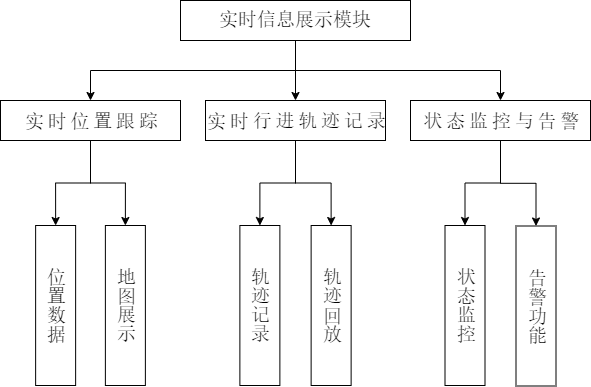
The draw.io diagram 4.实时信息展示模块.drawio.png in w1791105996/About-CSS3, before a commit. Source tidied: cells renumbered, new cells last; positions are measured from the earlier drawing's top-left corner, leaving out a move shared by most shapes.
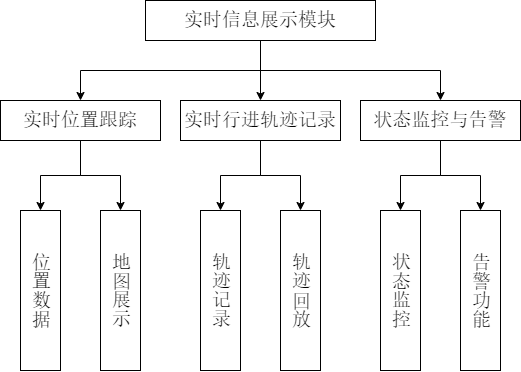
Above is the later version.

Commit message:
更新4.实时信息展示模块.drawio.png

Change to the diagram source:
```diff
@@ -12,7 +12,7 @@
       <mxGeometry relative="1" as="geometry" />
     </mxCell>
     <mxCell id="5" value="实时信息展示模块" style="rounded=0;whiteSpace=wrap;html=1;fontFamily=宋体;fontSize=19;" parent="1" vertex="1">
-      <mxGeometry x="180" width="230" height="40" as="geometry" />
+      <mxGeometry x="166" width="230" height="40" as="geometry" />
     </mxCell>
     <mxCell id="6" style="edgeStyle=orthogonalEdgeStyle;rounded=0;jettySize=auto;html=1;exitX=0.5;exitY=1;exitDx=0;exitDy=0;entryX=0.5;entryY=0;entryDx=0;entryDy=0;" parent="1" edge="1" source="8" target="15">
       <mxGeometry relative="1" as="geometry" />
@@ -20,8 +20,8 @@
     <mxCell id="7" style="edgeStyle=orthogonalEdgeStyle;rounded=0;jettySize=auto;html=1;exitX=0.5;exitY=1;exitDx=0;exitDy=0;entryX=0.5;entryY=0;entryDx=0;entryDy=0;" parent="1" edge="1" source="8" target="16">
       <mxGeometry relative="1" as="geometry" />
     </mxCell>
-    <mxCell id="8" value="实时位置跟踪" style="rounded=0;whiteSpace=wrap;html=1;textDirection=vertical-lr;horizontal=1;fontFamily=宋体;spacingTop=0;fontSize=19;" parent="1" vertex="1">
-      <mxGeometry y="100" width="180" height="40" as="geometry" />
+    <mxCell id="8" value="实时位置跟踪" style="rounded=0;whiteSpace=wrap;html=1;horizontal=1;fontFamily=宋体;spacingTop=0;fontSize=19;" parent="1" vertex="1">
+      <mxGeometry x="21" y="100" width="160" height="40" as="geometry" />
     </mxCell>
     <mxCell id="9" style="edgeStyle=orthogonalEdgeStyle;rounded=0;jettySize=auto;html=1;exitX=0.5;exitY=1;exitDx=0;exitDy=0;entryX=0.5;entryY=0;entryDx=0;entryDy=0;" parent="1" edge="1" source="11" target="17">
       <mxGeometry relative="1" as="geometry" />
@@ -29,8 +29,8 @@
     <mxCell id="10" style="edgeStyle=orthogonalEdgeStyle;rounded=0;jettySize=auto;html=1;exitX=0.5;exitY=1;exitDx=0;exitDy=0;entryX=0.5;entryY=0;entryDx=0;entryDy=0;" parent="1" edge="1" source="11" target="18">
       <mxGeometry relative="1" as="geometry" />
     </mxCell>
-    <mxCell id="11" value="实时行进轨迹记录" style="rounded=0;whiteSpace=wrap;html=1;textDirection=vertical-lr;horizontal=1;fontFamily=宋体;spacingTop=0;fontSize=19;" parent="1" vertex="1">
-      <mxGeometry x="205" y="100" width="180" height="40" as="geometry" />
+    <mxCell id="11" value="实时行进轨迹记录" style="rounded=0;whiteSpace=wrap;html=1;horizontal=1;fontFamily=宋体;spacingTop=0;fontSize=19;" parent="1" vertex="1">
+      <mxGeometry x="201" y="100" width="160" height="40" as="geometry" />
     </mxCell>
     <mxCell id="12" style="edgeStyle=orthogonalEdgeStyle;rounded=0;jettySize=auto;html=1;exitX=0.5;exitY=1;exitDx=0;exitDy=0;entryX=0.5;entryY=0;entryDx=0;entryDy=0;" parent="1" edge="1" source="14" target="19">
       <mxGeometry relative="1" as="geometry" />
@@ -38,26 +38,26 @@
     <mxCell id="13" style="edgeStyle=orthogonalEdgeStyle;rounded=0;jettySize=auto;html=1;exitX=0.5;exitY=1;exitDx=0;exitDy=0;entryX=0.5;entryY=0;entryDx=0;entryDy=0;" parent="1" edge="1" source="14" target="20">
       <mxGeometry relative="1" as="geometry" />
     </mxCell>
-    <mxCell id="14" value="状态监控与告警" style="rounded=0;whiteSpace=wrap;html=1;textDirection=vertical-lr;horizontal=1;fontFamily=宋体;spacingTop=0;fontSize=19;" parent="1" vertex="1">
-      <mxGeometry x="410" y="100" width="180" height="40" as="geometry" />
+    <mxCell id="14" value="状态监控与告警" style="rounded=0;whiteSpace=wrap;html=1;horizontal=1;fontFamily=宋体;spacingTop=0;fontSize=19;" parent="1" vertex="1">
+      <mxGeometry x="381" y="100" width="160" height="40" as="geometry" />
     </mxCell>
     <mxCell id="15" value="位置数据" style="rounded=0;whiteSpace=wrap;textDirection=vertical-lr;horizontal=1;fontFamily=宋体;spacingTop=0;fontSize=19;spacing=3;spacingBottom=0;html=1;" parent="1" vertex="1">
-      <mxGeometry x="35.1" y="225" width="40" height="160" as="geometry" />
+      <mxGeometry x="41" y="210" width="40" height="160" as="geometry" />
     </mxCell>
     <mxCell id="16" value="地图展示" style="rounded=0;whiteSpace=wrap;html=1;textDirection=vertical-lr;horizontal=1;fontFamily=宋体;spacingTop=0;fontSize=19;" parent="1" vertex="1">
-      <mxGeometry x="104.9" y="225" width="40" height="160" as="geometry" />
+      <mxGeometry x="121" y="210" width="40" height="160" as="geometry" />
     </mxCell>
     <mxCell id="17" value="轨迹记录" style="rounded=0;whiteSpace=wrap;html=1;textDirection=vertical-lr;horizontal=1;fontFamily=宋体;spacingTop=0;fontSize=19;" parent="1" vertex="1">
-      <mxGeometry x="239.4" y="225" width="40" height="160" as="geometry" />
+      <mxGeometry x="221" y="210" width="40" height="160" as="geometry" />
     </mxCell>
     <mxCell id="18" value="轨迹回放" style="rounded=0;whiteSpace=wrap;html=1;textDirection=vertical-lr;horizontal=1;fontFamily=宋体;spacingTop=0;fontSize=19;" parent="1" vertex="1">
-      <mxGeometry x="310.6" y="225" width="40" height="160" as="geometry" />
+      <mxGeometry x="301" y="210" width="40" height="160" as="geometry" />
     </mxCell>
     <mxCell id="19" value="状态监控" style="rounded=0;whiteSpace=wrap;html=1;textDirection=vertical-lr;horizontal=1;fontFamily=宋体;spacingTop=0;fontSize=19;" parent="1" vertex="1">
-      <mxGeometry x="444.5" y="225" width="40" height="160" as="geometry" />
+      <mxGeometry x="401" y="210" width="40" height="160" as="geometry" />
     </mxCell>
     <mxCell id="20" value="告警功能" style="rounded=0;whiteSpace=wrap;html=1;textDirection=vertical-lr;horizontal=1;fontFamily=宋体;spacingTop=0;fontSize=19;" parent="1" vertex="1">
-      <mxGeometry x="515.5" y="225.5" width="40" height="160" as="geometry" />
+      <mxGeometry x="481" y="210" width="40" height="160" as="geometry" />
     </mxCell>
   </root>
 </mxGraphModel>
```
